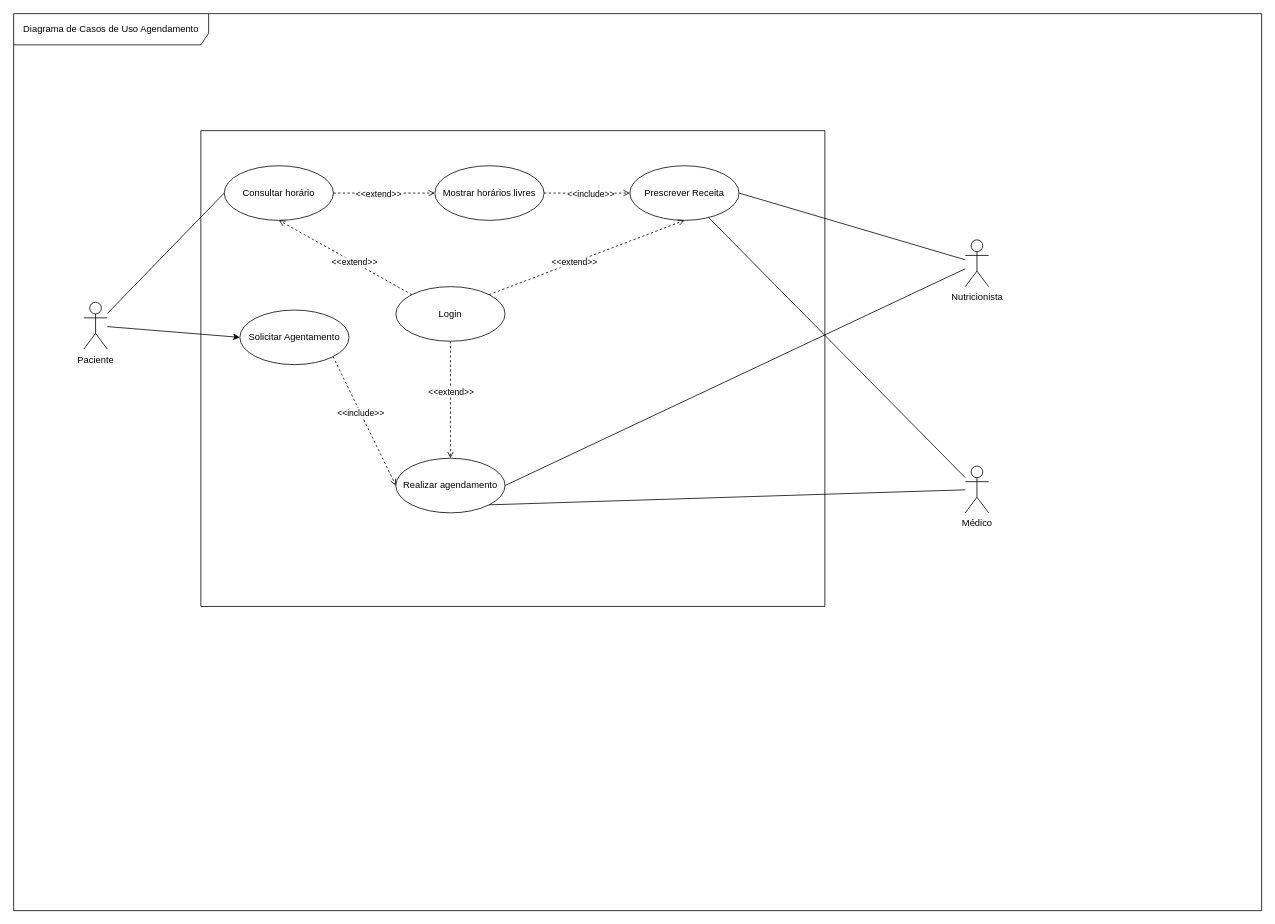
The draw.io diagram diagrama_de_casos_de_uso_3.drawio in ProjetoDelimeterSite/DelimeterDocumantacao, before the edit. Source tidied: cells renumbered, new cells numbered last; positions are measured from the earlier drawing's top-left corner, leaving out a move shared by most shapes. Both pictures are drawn from the tidied source at 78%, with x=0, y=0 at pixel (13, 13).
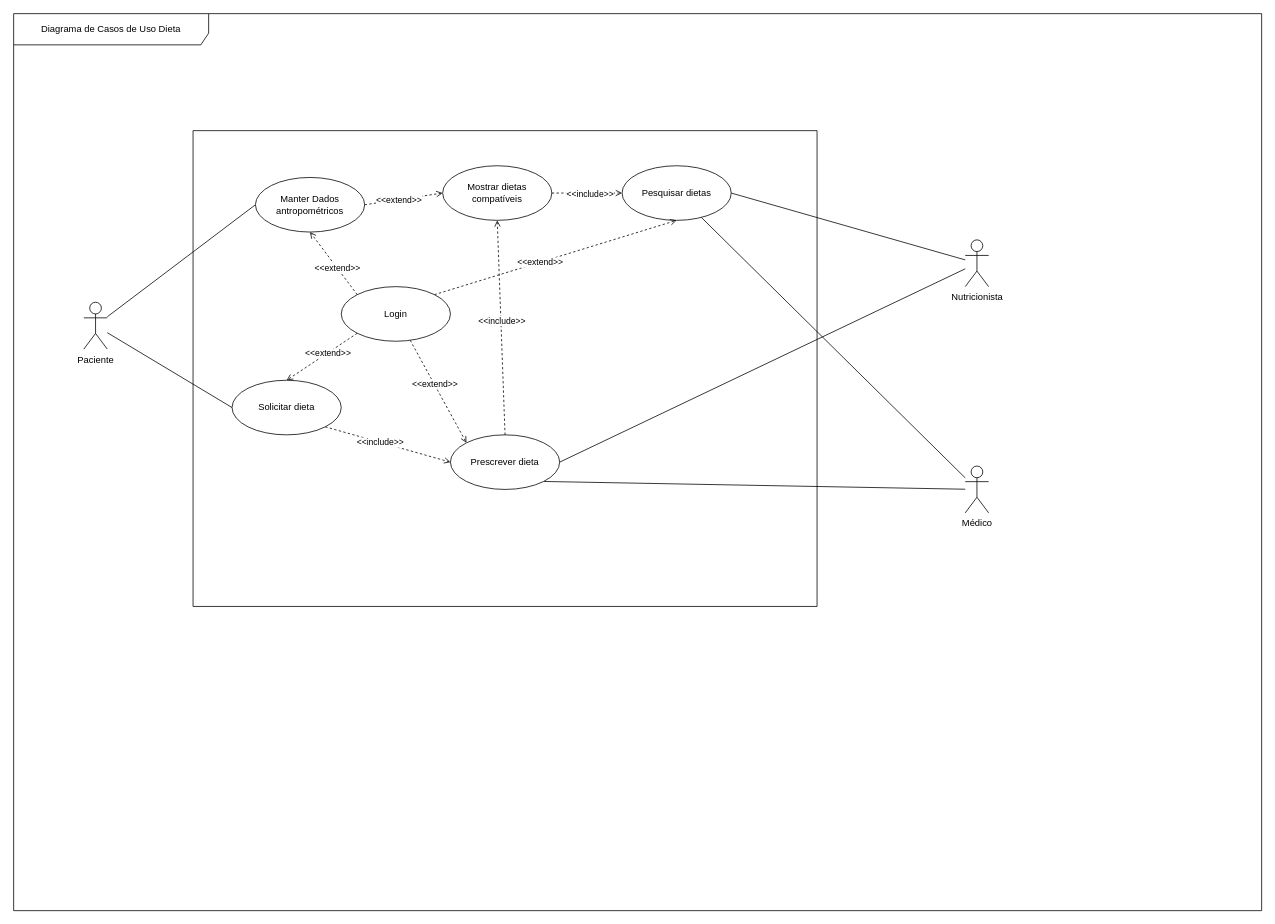
The same page after the edit.

Unchanged cells that the change refers to:
```xml
<mxCell id="4" value="Paciente" style="shape=umlActor;verticalLabelPosition=bottom;verticalAlign=top;html=1;" parent="1" vertex="1">
  <mxGeometry x="90" y="370" width="30" height="60" as="geometry" />
</mxCell>
```

What changed in the source:
```diff
@@
-    <mxCell id="3" style="rounded=0;jettySize=auto;html=1;entryX=0;entryY=0.5;entryDx=0;entryDy=0;" parent="1" edge="1" source="4" target="28">
+    <mxCell id="3" style="rounded=0;jettySize=auto;html=1;entryX=0;entryY=0.5;entryDx=0;entryDy=0;endArrow=none;endFill=0;" parent="1" edge="1" source="4" target="28">
       <mxGeometry relative="1" as="geometry" />
     </mxCell>
@@
-    <mxCell id="11" value="Diagrama de Casos de Uso Agendamento" style="shape=umlFrame;whiteSpace=wrap;html=1;width=250;height=40;" parent="1" vertex="1">
+    <mxCell id="11" value="Diagrama de Casos de Uso Dieta" style="shape=umlFrame;whiteSpace=wrap;html=1;width=250;height=40;" parent="1" vertex="1">
       <mxGeometry width="1600" height="1150" as="geometry" />
     </mxCell>
     <mxCell id="12" style="swimlane;startSize=0;" parent="1" vertex="1">
-      <mxGeometry x="240" y="150" width="800" height="610" as="geometry" />
+      <mxGeometry x="230" y="150" width="800" height="610" as="geometry" />
     </mxCell>
-    <mxCell id="13" style="rounded=0;jettySize=auto;html=1;dashed=1;endArrow=open;endFill=0;" parent="12" edge="1" source="15" target="25">
+    <mxCell id="13" style="rounded=0;jettySize=auto;html=1;dashed=1;endArrow=open;endFill=0;entryX=0;entryY=0;entryDx=0;entryDy=0;" parent="12" edge="1" source="15" target="25">
       <mxGeometry relative="1" as="geometry" />
     </mxCell>
@@
     <mxCell id="15" value="Login" style="ellipse;whiteSpace=wrap;html=1;" parent="12" vertex="1">
-      <mxGeometry x="250" y="200" width="140" height="70" as="geometry" />
+      <mxGeometry x="190" y="200" width="140" height="70" as="geometry" />
     </mxCell>
-    <mxCell id="16" value="Prescrever Receita" style="ellipse;whiteSpace=wrap;html=1;" parent="12" vertex="1">
+    <mxCell id="16" value="Pesquisar dietas" style="ellipse;whiteSpace=wrap;html=1;" parent="12" vertex="1">
       <mxGeometry x="550" y="45" width="140" height="70" as="geometry" />
     </mxCell>
@@
-    <mxCell id="19" value="Consultar horário" style="ellipse;whiteSpace=wrap;html=1;" parent="12" vertex="1">
-      <mxGeometry x="30" y="45" width="140" height="70" as="geometry" />
+    <mxCell id="19" value="Manter Dados antropométricos" style="ellipse;whiteSpace=wrap;html=1;" parent="12" vertex="1">
+      <mxGeometry x="80" y="60" width="140" height="70" as="geometry" />
     </mxCell>
@@
-    <mxCell id="22" value="Mostrar horários livres" style="ellipse;whiteSpace=wrap;html=1;" parent="12" vertex="1">
-      <mxGeometry x="300" y="45" width="140" height="70" as="geometry" />
+    <mxCell id="22" value="Mostrar dietas compatíveis" style="ellipse;whiteSpace=wrap;html=1;" parent="12" vertex="1">
+      <mxGeometry x="320" y="45" width="140" height="70" as="geometry" />
     </mxCell>
@@
-    <mxCell id="25" value="Realizar agendamento" style="ellipse;whiteSpace=wrap;html=1;" parent="12" vertex="1">
-      <mxGeometry x="250" y="420" width="140" height="70" as="geometry" />
+    <mxCell id="25" value="Prescrever dieta" style="ellipse;whiteSpace=wrap;html=1;" parent="12" vertex="1">
+      <mxGeometry x="330" y="390" width="140" height="70" as="geometry" />
     </mxCell>
@@
-    <mxCell id="28" value="Solicitar Agentamento" style="ellipse;whiteSpace=wrap;html=1;" parent="12" vertex="1">
-      <mxGeometry x="50" y="230" width="140" height="70" as="geometry" />
+    <mxCell id="28" value="Solicitar dieta" style="ellipse;whiteSpace=wrap;html=1;" parent="12" vertex="1">
+      <mxGeometry x="50" y="320" width="140" height="70" as="geometry" />
     </mxCell>
@@
+    <mxCell id="31" style="rounded=0;jettySize=auto;html=1;entryX=0.5;entryY=1;entryDx=0;entryDy=0;endArrow=open;endFill=0;dashed=1;exitX=0.5;exitY=0;exitDx=0;exitDy=0;" parent="12" edge="1" source="25" target="22">
+      <mxGeometry relative="1" as="geometry" />
+    </mxCell>
+    <mxCell id="32" value="&amp;lt;&amp;lt;include&amp;gt;&amp;gt;" style="edgeLabel;html=1;align=center;verticalAlign=middle;" parent="31" vertex="1">
+      <mxGeometry x="0.07" y="-1" relative="1" as="geometry" />
+    </mxCell>
+    <mxCell id="33" style="rounded=0;jettySize=auto;html=1;dashed=1;endArrow=open;endFill=0;entryX=0.5;entryY=0;entryDx=0;entryDy=0;exitX=0;exitY=1;exitDx=0;exitDy=0;" parent="12" edge="1" source="15" target="28">
+      <mxGeometry relative="1" as="geometry" />
+    </mxCell>
+    <mxCell id="34" value="&amp;lt;&amp;lt;extend&amp;gt;&amp;gt;" style="edgeLabel;html=1;align=center;verticalAlign=middle;" parent="33" vertex="1">
+      <mxGeometry x="-0.15" relative="1" as="geometry" />
+    </mxCell>
```
